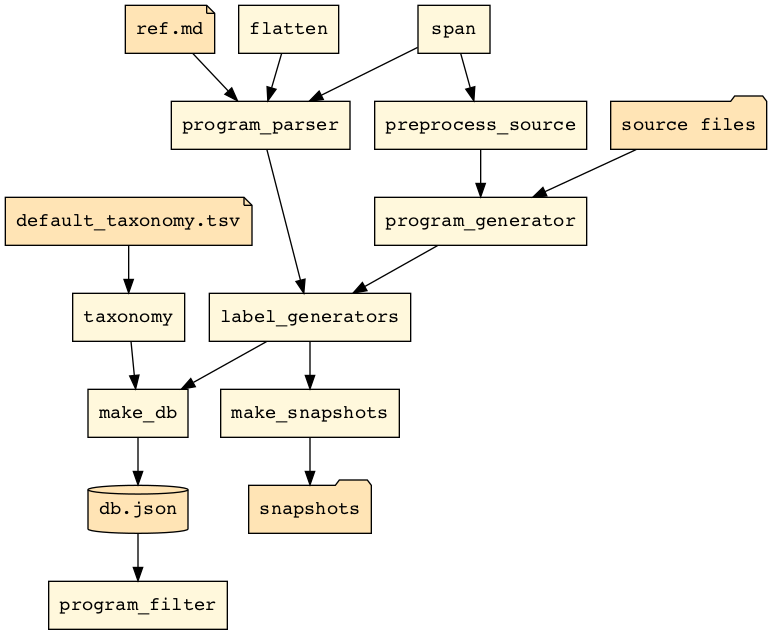
This is docs/flow.png from laowantong/paroxython, a Graphviz export, as it was before one commit. Its source is kept beside it as docs/flow.dot.
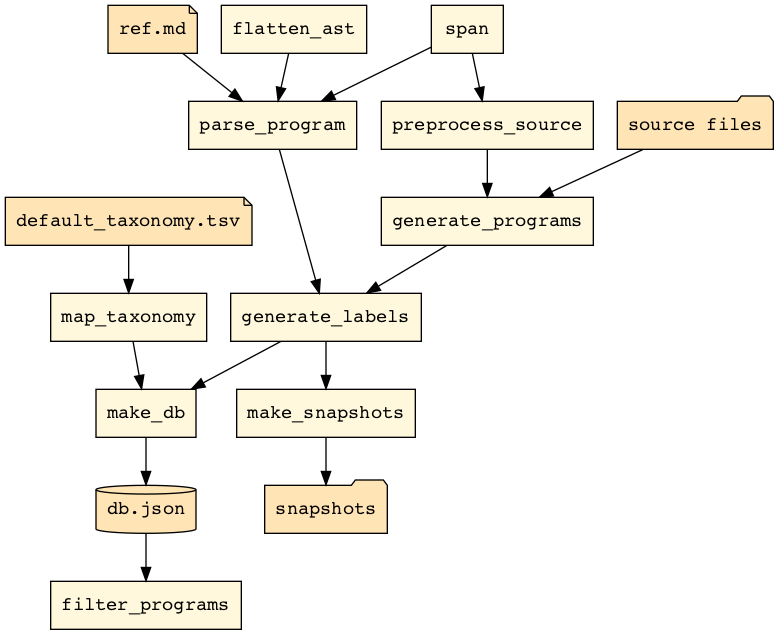
Above is the later version.

What changed in the source:
```diff
@@ -6,18 +6,18 @@
 "source files" [shape=folder fillcolor=moccasin]
 "snapshots" [shape=folder fillcolor=moccasin]
 make_db -> "db.json"
-"db.json" -> program_filter
-"ref.md" -> program_parser
-"source files" -> program_generator
-"default_taxonomy.tsv" -> taxonomy
+"db.json" -> filter_programs
+"ref.md" -> parse_program
+"source files" -> generate_programs
+"default_taxonomy.tsv" -> map_taxonomy
 make_snapshots -> "snapshots"
-flatten -> program_parser
-span -> program_parser
-preprocess_source -> program_generator
 span -> preprocess_source
-label_generators -> make_db
-taxonomy -> make_db
-label_generators -> make_snapshots
-program_generator -> label_generators
-program_parser -> label_generators
+generate_programs -> generate_labels
+parse_program -> generate_labels
+generate_labels -> make_db
+map_taxonomy -> make_db
+flatten_ast -> parse_program
+span -> parse_program
+generate_labels -> make_snapshots
+preprocess_source -> generate_programs
 }
```
